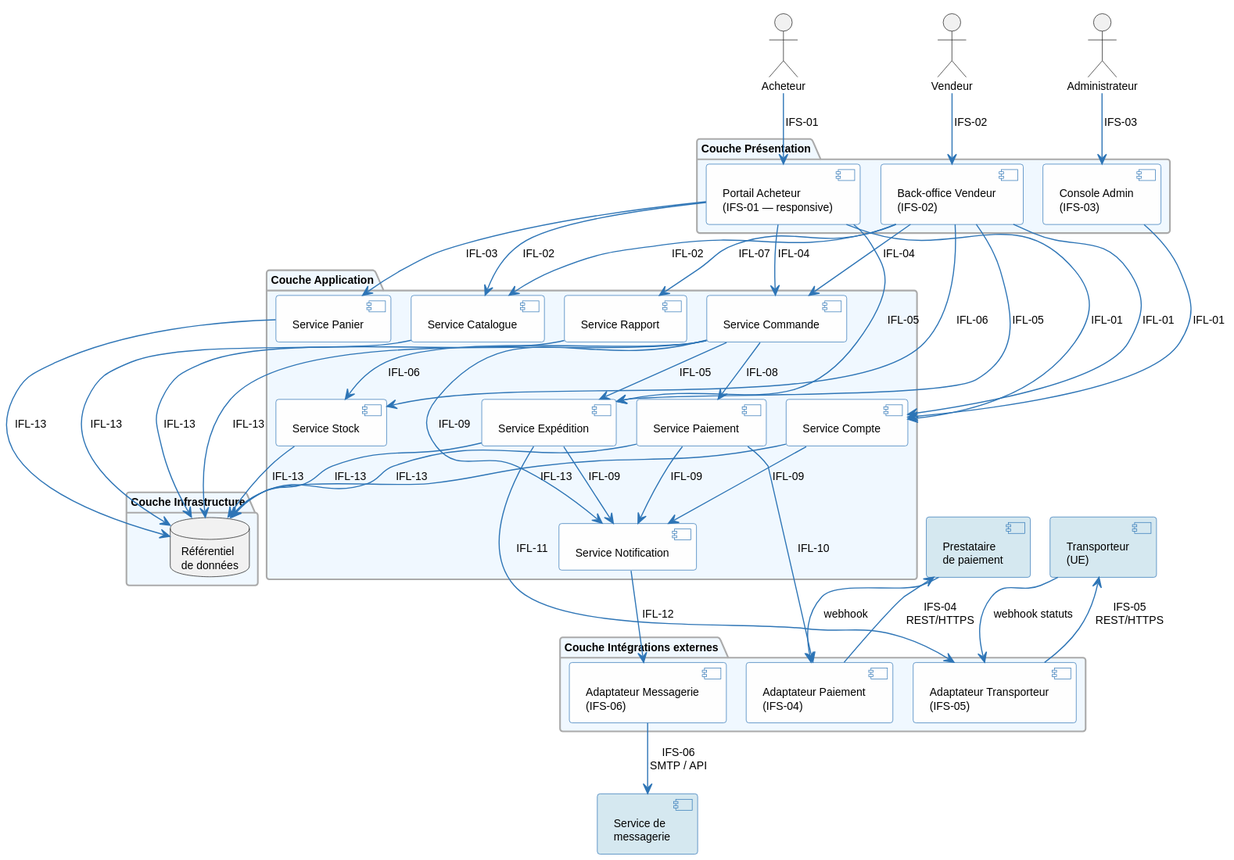
Earlier version of the PlantUML export architecture/03-logical-architecture/diagrams/la-components.svg (louistalvande/online_shop). Source of this version:
```plantuml
@startuml
skinparam componentBackgroundColor #FEFEFE
skinparam componentBorderColor #2E75B6
skinparam arrowColor #2E75B6
skinparam noteBackgroundColor #FFFBE6
skinparam noteBorderColor #F0A500
skinparam packageBackgroundColor #F0F8FF
skinparam packageBorderColor #AAAAAA
skinparam defaultFontSize 10

actor "Acheteur" as Buyer
actor "Vendeur" as Vendor
actor "Administrateur" as Admin

package "Couche Présentation" {
  [Portail Acheteur\n(IFS-01 — responsive)] as UI_Buyer
  [Back-office Vendeur\n(IFS-02)] as UI_Vendor
  [Console Admin\n(IFS-03)] as UI_Admin
}

package "Couche Application" {
  [Service Compte] as SvcAccount
  [Service Catalogue] as SvcCatalog
  [Service Stock] as SvcStock
  [Service Panier] as SvcCart
  [Service Commande] as SvcOrder
  [Service Paiement] as SvcPayment
  [Service Expédition] as SvcShipping
  [Service Notification] as SvcNotif
  [Service Rapport] as SvcReport
}

package "Couche Intégrations externes" {
  [Adaptateur Paiement\n(IFS-04)] as AdpPayment
  [Adaptateur Transporteur\n(IFS-05)] as AdpCarrier
  [Adaptateur Messagerie\n(IFS-06)] as AdpMail
}

package "Couche Infrastructure" {
  database "Référentiel\nde données" as DB
}

component "Prestataire\nde paiement" as ExtPayment #D5E8F0
component "Transporteur\n(UE)" as ExtCarrier #D5E8F0
component "Service de\nmessagerie" as ExtMail #D5E8F0

Buyer --> UI_Buyer : IFS-01
Vendor --> UI_Vendor : IFS-02
Admin --> UI_Admin : IFS-03

UI_Buyer --> SvcAccount : IFL-01
UI_Buyer --> SvcCatalog : IFL-02
UI_Buyer --> SvcCart : IFL-03
UI_Buyer --> SvcOrder : IFL-04
UI_Buyer --> SvcShipping : IFL-05

UI_Vendor --> SvcAccount : IFL-01
UI_Vendor --> SvcCatalog : IFL-02
UI_Vendor --> SvcStock : IFL-06
UI_Vendor --> SvcOrder : IFL-04
UI_Vendor --> SvcShipping : IFL-05
UI_Vendor --> SvcReport : IFL-07

UI_Admin --> SvcAccount : IFL-01

SvcOrder --> SvcPayment : IFL-08
SvcOrder --> SvcStock : IFL-06
SvcOrder --> SvcShipping : IFL-05
SvcOrder --> SvcNotif : IFL-09
SvcAccount --> SvcNotif : IFL-09
SvcPayment --> SvcNotif : IFL-09
SvcShipping --> SvcNotif : IFL-09

SvcPayment --> AdpPayment : IFL-10
SvcShipping --> AdpCarrier : IFL-11
SvcNotif --> AdpMail : IFL-12

AdpPayment --> ExtPayment : IFS-04\nREST/HTTPS
ExtPayment --> AdpPayment : webhook
AdpCarrier --> ExtCarrier : IFS-05\nREST/HTTPS
ExtCarrier --> AdpCarrier : webhook statuts
AdpMail --> ExtMail : IFS-06\nSMTP / API

SvcAccount --> DB : IFL-13
SvcCatalog --> DB : IFL-13
SvcStock --> DB : IFL-13
SvcCart --> DB : IFL-13
SvcOrder --> DB : IFL-13
SvcPayment --> DB : IFL-13
SvcShipping --> DB : IFL-13
SvcReport --> DB : IFL-13
@enduml
```
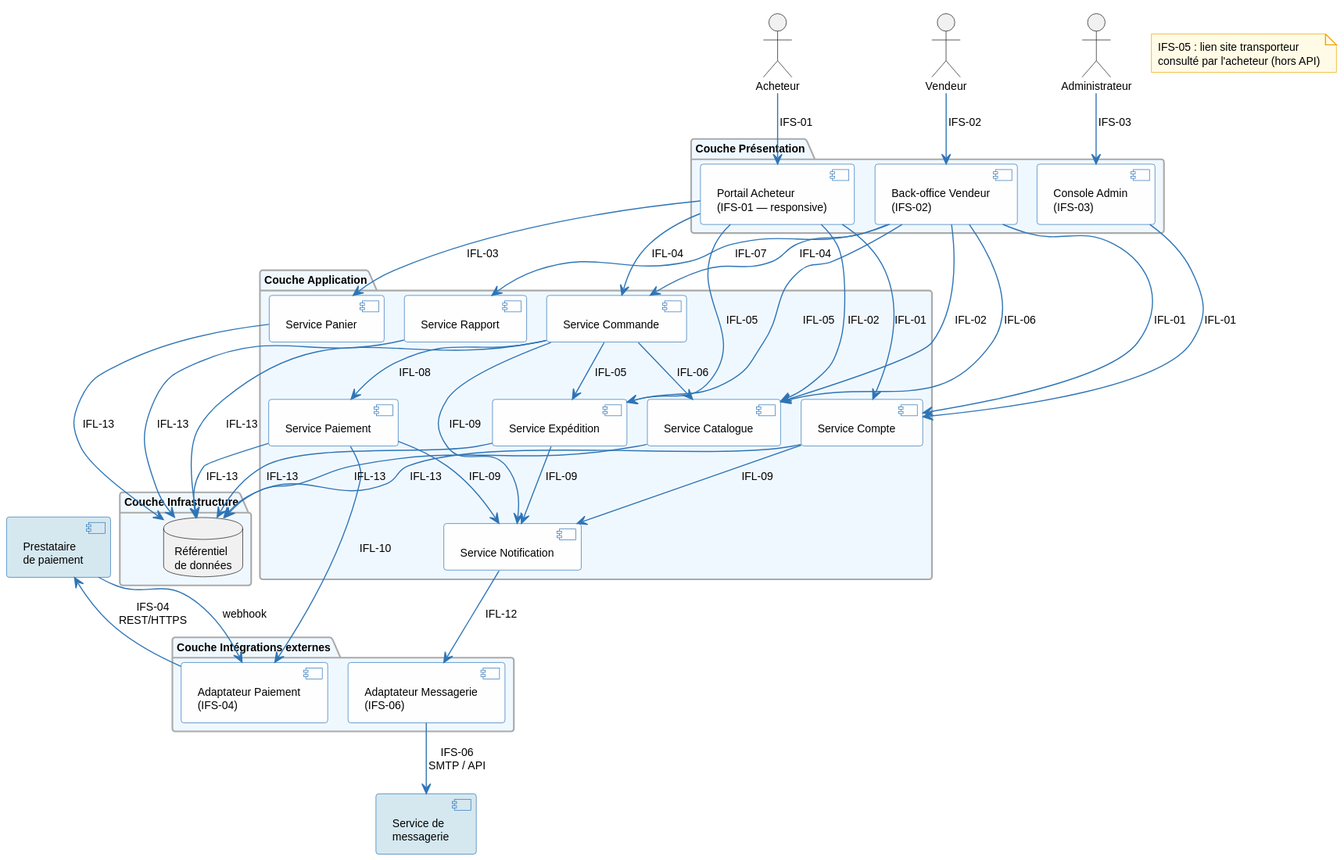
Later version of the same file.

The edit, as a diff of the source:
```diff
@@ -21,7 +21,6 @@
 package "Couche Application" {
   [Service Compte] as SvcAccount
   [Service Catalogue] as SvcCatalog
-  [Service Stock] as SvcStock
   [Service Panier] as SvcCart
   [Service Commande] as SvcOrder
   [Service Paiement] as SvcPayment
@@ -32,7 +31,6 @@
 
 package "Couche Intégrations externes" {
   [Adaptateur Paiement\n(IFS-04)] as AdpPayment
-  [Adaptateur Transporteur\n(IFS-05)] as AdpCarrier
   [Adaptateur Messagerie\n(IFS-06)] as AdpMail
 }
 
@@ -41,8 +39,8 @@
 }
 
 component "Prestataire\nde paiement" as ExtPayment #D5E8F0
-component "Transporteur\n(UE)" as ExtCarrier #D5E8F0
 component "Service de\nmessagerie" as ExtMail #D5E8F0
+note "IFS-05 : lien site transporteur\nconsulté par l'acheteur (hors API)" as NCarrier
 
 Buyer --> UI_Buyer : IFS-01
 Vendor --> UI_Vendor : IFS-02
@@ -56,7 +54,7 @@
 
 UI_Vendor --> SvcAccount : IFL-01
 UI_Vendor --> SvcCatalog : IFL-02
-UI_Vendor --> SvcStock : IFL-06
+UI_Vendor --> SvcCatalog : IFL-06
 UI_Vendor --> SvcOrder : IFL-04
 UI_Vendor --> SvcShipping : IFL-05
 UI_Vendor --> SvcReport : IFL-07
@@ -64,7 +62,7 @@
 UI_Admin --> SvcAccount : IFL-01
 
 SvcOrder --> SvcPayment : IFL-08
-SvcOrder --> SvcStock : IFL-06
+SvcOrder --> SvcCatalog : IFL-06
 SvcOrder --> SvcShipping : IFL-05
 SvcOrder --> SvcNotif : IFL-09
 SvcAccount --> SvcNotif : IFL-09
@@ -72,18 +70,14 @@
 SvcShipping --> SvcNotif : IFL-09
 
 SvcPayment --> AdpPayment : IFL-10
-SvcShipping --> AdpCarrier : IFL-11
 SvcNotif --> AdpMail : IFL-12
 
 AdpPayment --> ExtPayment : IFS-04\nREST/HTTPS
 ExtPayment --> AdpPayment : webhook
-AdpCarrier --> ExtCarrier : IFS-05\nREST/HTTPS
-ExtCarrier --> AdpCarrier : webhook statuts
 AdpMail --> ExtMail : IFS-06\nSMTP / API
 
 SvcAccount --> DB : IFL-13
 SvcCatalog --> DB : IFL-13
-SvcStock --> DB : IFL-13
 SvcCart --> DB : IFL-13
 SvcOrder --> DB : IFL-13
 SvcPayment --> DB : IFL-13
```
